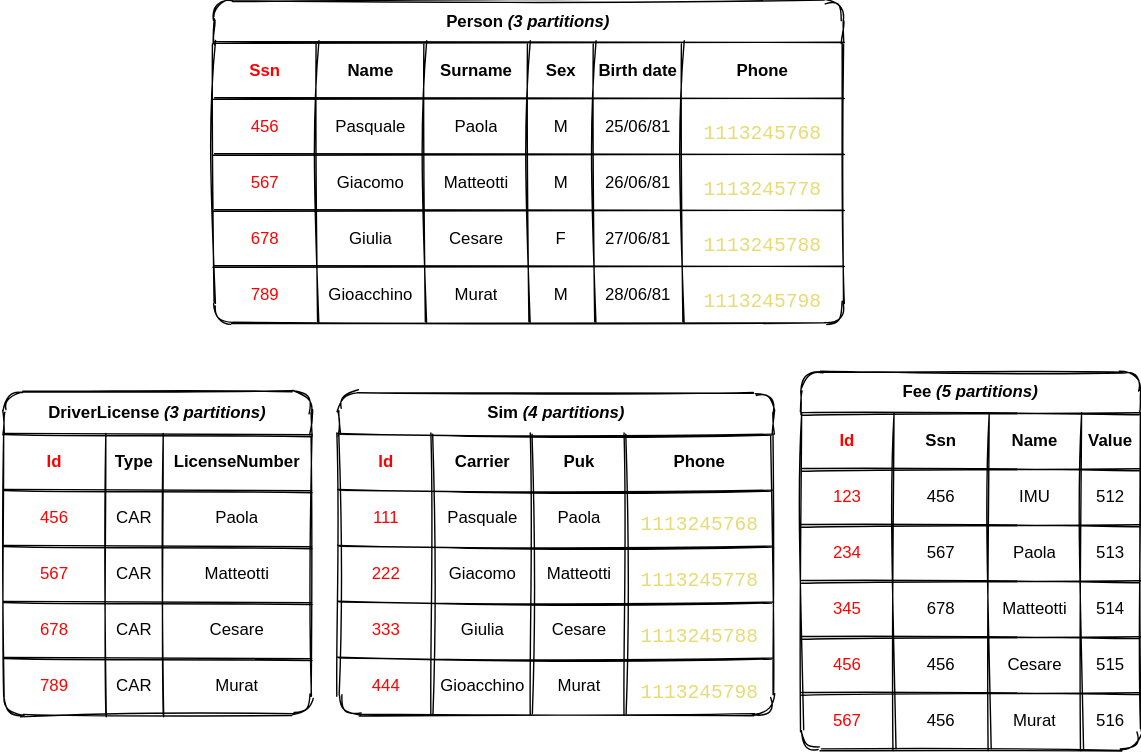
The draw.io diagram assets/images/allTogether.svg in paspao/paspaola.it, before a commit. Source tidied: cells renumbered, new cells last; positions are measured from the earlier drawing's top-left corner, leaving out a move shared by most shapes.
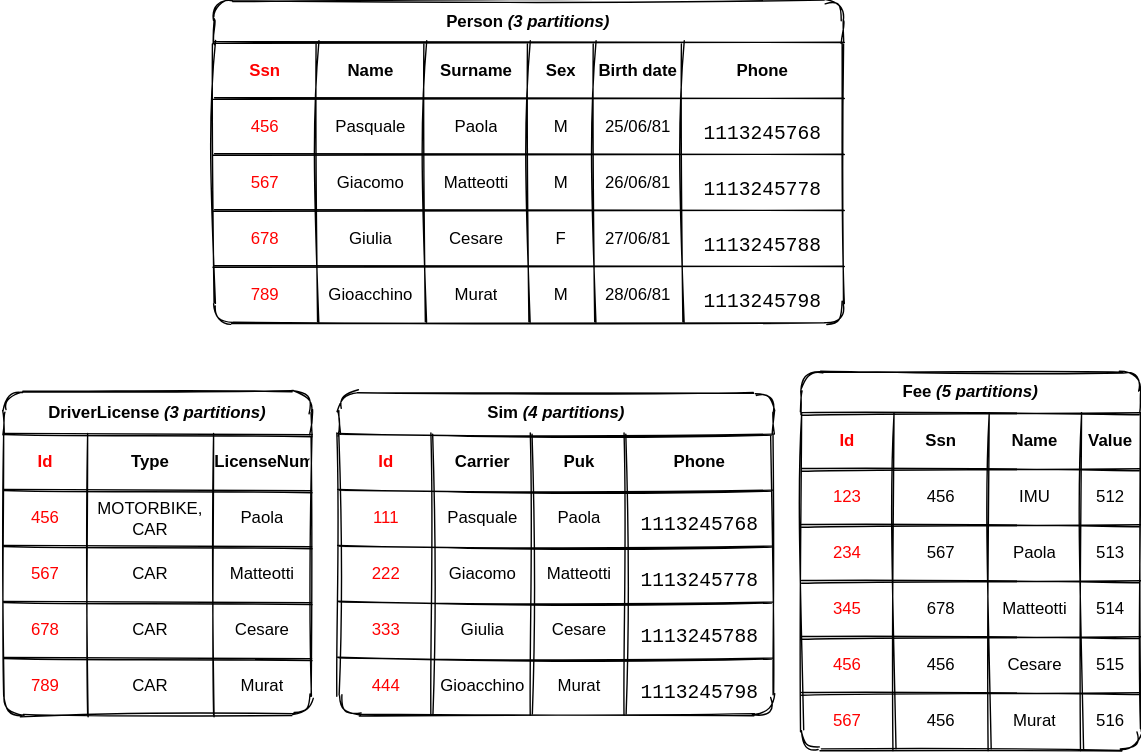
After the change.

What changed in the source:
```diff
@@ -44,7 +44,7 @@
     <mxCell id="15" value="25/06/81" style="shape=partialRectangle;html=1;whiteSpace=wrap;fillColor=none;top=0;left=0;bottom=0;right=0;overflow=hidden;strokeColor=#F0F0F0;" parent="10" vertex="1">
       <mxGeometry x="272" width="63" height="40" as="geometry" />
     </mxCell>
-    <mxCell id="16" value="&lt;pre style=&quot;color: rgb(248 , 248 , 242) ; font-family: &amp;#34;meslolgs nf&amp;#34; , monospace ; font-size: 10.5pt&quot;&gt;&lt;span style=&quot;color: rgb(230 , 219 , 116)&quot;&gt;1113245768&lt;/span&gt;&lt;/pre&gt;" style="shape=partialRectangle;html=1;whiteSpace=wrap;fillColor=none;top=0;left=0;bottom=0;right=0;overflow=hidden;" parent="10" vertex="1">
+    <mxCell id="16" value="&lt;pre style=&quot;font-family: &amp;#34;meslolgs nf&amp;#34; , monospace ; font-size: 10.5pt&quot;&gt;1113245768&lt;/pre&gt;" style="shape=partialRectangle;html=1;whiteSpace=wrap;fillColor=none;top=0;left=0;bottom=0;right=0;overflow=hidden;" parent="10" vertex="1">
       <mxGeometry x="335" width="115" height="40" as="geometry" />
     </mxCell>
     <mxCell id="17" style="shape=partialRectangle;html=1;whiteSpace=wrap;fillColor=none;top=0;left=0;bottom=0;right=0;" parent="2" vertex="1">
@@ -65,7 +65,7 @@
     <mxCell id="22" value="&lt;span style=&quot;font-family: &amp;#34;helvetica&amp;#34; ; font-size: 12px ; font-style: normal ; font-weight: 400 ; letter-spacing: normal ; text-align: center ; text-indent: 0px ; text-transform: none ; word-spacing: 0px ; display: inline ; float: none&quot;&gt;26/06/81&lt;/span&gt;" style="shape=partialRectangle;html=1;whiteSpace=wrap;fillColor=none;top=0;left=0;bottom=0;right=0;overflow=hidden;" parent="17" vertex="1">
       <mxGeometry x="272" width="63" height="40" as="geometry" />
     </mxCell>
-    <mxCell id="23" value="&lt;pre style=&quot;color: rgb(248 , 248 , 242) ; font-family: &amp;#34;meslolgs nf&amp;#34; , monospace ; font-size: 10.5pt&quot;&gt;&lt;span style=&quot;color: rgb(230 , 219 , 116)&quot;&gt;1113245778&lt;/span&gt;&lt;/pre&gt;" style="shape=partialRectangle;html=1;whiteSpace=wrap;fillColor=none;top=0;left=0;bottom=0;right=0;overflow=hidden;" parent="17" vertex="1">
+    <mxCell id="23" value="&lt;pre style=&quot;font-family: &amp;#34;meslolgs nf&amp;#34; , monospace ; font-size: 10.5pt&quot;&gt;1113245778&lt;/pre&gt;" style="shape=partialRectangle;html=1;whiteSpace=wrap;fillColor=none;top=0;left=0;bottom=0;right=0;overflow=hidden;" parent="17" vertex="1">
       <mxGeometry x="335" width="115" height="40" as="geometry" />
     </mxCell>
     <mxCell id="24" style="shape=partialRectangle;html=1;whiteSpace=wrap;fillColor=none;top=0;left=0;bottom=0;right=0;" parent="2" vertex="1">
@@ -86,7 +86,7 @@
     <mxCell id="29" value="&lt;span style=&quot;font-family: &amp;#34;helvetica&amp;#34; ; font-size: 12px ; font-style: normal ; font-weight: 400 ; letter-spacing: normal ; text-align: center ; text-indent: 0px ; text-transform: none ; word-spacing: 0px ; display: inline ; float: none&quot;&gt;27/06/81&lt;/span&gt;" style="shape=partialRectangle;html=1;whiteSpace=wrap;fillColor=none;top=0;left=0;bottom=0;right=0;overflow=hidden;" parent="24" vertex="1">
       <mxGeometry x="272" width="63" height="40" as="geometry" />
     </mxCell>
-    <mxCell id="30" value="&lt;pre style=&quot;color: rgb(248 , 248 , 242) ; font-family: &amp;#34;meslolgs nf&amp;#34; , monospace ; font-size: 10.5pt&quot;&gt;&lt;span style=&quot;color: rgb(230 , 219 , 116)&quot;&gt;1113245788&lt;/span&gt;&lt;/pre&gt;" style="shape=partialRectangle;html=1;whiteSpace=wrap;fillColor=none;top=0;left=0;bottom=0;right=0;overflow=hidden;" parent="24" vertex="1">
+    <mxCell id="30" value="&lt;pre style=&quot;font-family: &amp;#34;meslolgs nf&amp;#34; , monospace ; font-size: 10.5pt&quot;&gt;1113245788&lt;/pre&gt;" style="shape=partialRectangle;html=1;whiteSpace=wrap;fillColor=none;top=0;left=0;bottom=0;right=0;overflow=hidden;" parent="24" vertex="1">
       <mxGeometry x="335" width="115" height="40" as="geometry" />
     </mxCell>
     <mxCell id="31" style="shape=partialRectangle;html=1;whiteSpace=wrap;fillColor=none;top=0;left=0;bottom=0;right=0;" parent="2" vertex="1">
@@ -107,7 +107,7 @@
     <mxCell id="36" value="&lt;span style=&quot;font-family: &amp;#34;helvetica&amp;#34; ; font-size: 12px ; font-style: normal ; font-weight: 400 ; letter-spacing: normal ; text-align: center ; text-indent: 0px ; text-transform: none ; word-spacing: 0px ; display: inline ; float: none&quot;&gt;28/06/81&lt;/span&gt;" style="shape=partialRectangle;html=1;whiteSpace=wrap;fillColor=none;top=0;left=0;bottom=0;right=0;overflow=hidden;" parent="31" vertex="1">
       <mxGeometry x="272" width="63" height="40" as="geometry" />
     </mxCell>
-    <mxCell id="37" value="&lt;pre style=&quot;color: rgb(248 , 248 , 242) ; font-family: &amp;#34;meslolgs nf&amp;#34; , monospace ; font-size: 10.5pt&quot;&gt;&lt;span style=&quot;color: rgb(230 , 219 , 116)&quot;&gt;1113245798&lt;/span&gt;&lt;/pre&gt;" style="shape=partialRectangle;html=1;whiteSpace=wrap;fillColor=none;top=0;left=0;bottom=0;right=0;overflow=hidden;" parent="31" vertex="1">
+    <mxCell id="37" value="&lt;pre style=&quot;font-family: &amp;#34;meslolgs nf&amp;#34; , monospace ; font-size: 10.5pt&quot;&gt;1113245798&lt;/pre&gt;" style="shape=partialRectangle;html=1;whiteSpace=wrap;fillColor=none;top=0;left=0;bottom=0;right=0;overflow=hidden;" parent="31" vertex="1">
       <mxGeometry x="335" width="115" height="40" as="geometry" />
     </mxCell>
     <mxCell id="38" value="DriverLicense&amp;nbsp;&lt;i&gt;(3 partitions)&lt;/i&gt;" style="shape=table;html=1;whiteSpace=wrap;startSize=30;fontStyle=1;align=center;sketch=1;rounded=1;" parent="1" vertex="1">
@@ -117,61 +117,61 @@
       <mxGeometry y="30" width="220" height="40" as="geometry" />
     </mxCell>
     <mxCell id="40" value="Id" style="shape=partialRectangle;html=1;whiteSpace=wrap;top=0;left=0;bottom=0;right=0;overflow=hidden;fontStyle=1;strokeColor=#FF0000;fillColor=none;strokeWidth=5;fontColor=#FF0000;" parent="39" vertex="1">
-      <mxGeometry width="73" height="40" as="geometry" />
+      <mxGeometry width="60" height="40" as="geometry" />
     </mxCell>
     <mxCell id="41" value="Type" style="shape=partialRectangle;html=1;whiteSpace=wrap;fillColor=none;top=0;left=0;bottom=0;right=0;overflow=hidden;fontStyle=1;" parent="39" vertex="1">
-      <mxGeometry x="73" width="41" height="40" as="geometry" />
+      <mxGeometry x="60" width="90" height="40" as="geometry" />
     </mxCell>
     <mxCell id="42" value="LicenseNumber" style="shape=partialRectangle;html=1;whiteSpace=wrap;fillColor=none;top=0;left=0;bottom=0;right=0;overflow=hidden;fontStyle=1;" parent="39" vertex="1">
-      <mxGeometry x="114" width="106" height="40" as="geometry" />
+      <mxGeometry x="150" width="70" height="40" as="geometry" />
     </mxCell>
     <mxCell id="43" style="shape=partialRectangle;html=1;whiteSpace=wrap;fillColor=none;top=0;left=0;bottom=0;right=0;" parent="38" vertex="1">
       <mxGeometry y="70" width="220" height="40" as="geometry" />
     </mxCell>
     <mxCell id="44" value="456" style="shape=partialRectangle;html=1;whiteSpace=wrap;top=0;left=0;bottom=0;right=0;overflow=hidden;strokeColor=#FF0000;fillColor=none;strokeWidth=5;fontColor=#FF0000;" parent="43" vertex="1">
-      <mxGeometry width="73" height="40" as="geometry" />
+      <mxGeometry width="60" height="40" as="geometry" />
     </mxCell>
-    <mxCell id="45" value="CAR" style="shape=partialRectangle;html=1;whiteSpace=wrap;fillColor=none;top=0;left=0;bottom=0;right=0;overflow=hidden;" parent="43" vertex="1">
-      <mxGeometry x="73" width="41" height="40" as="geometry" />
+    <mxCell id="45" value="MOTORBIKE,&lt;br&gt;CAR" style="shape=partialRectangle;html=1;whiteSpace=wrap;fillColor=none;top=0;left=0;bottom=0;right=0;overflow=hidden;" parent="43" vertex="1">
+      <mxGeometry x="60" width="90" height="40" as="geometry" />
     </mxCell>
     <mxCell id="46" value="Paola" style="shape=partialRectangle;html=1;whiteSpace=wrap;fillColor=none;top=0;left=0;bottom=0;right=0;overflow=hidden;" parent="43" vertex="1">
-      <mxGeometry x="114" width="106" height="40" as="geometry" />
+      <mxGeometry x="150" width="70" height="40" as="geometry" />
     </mxCell>
     <mxCell id="47" style="shape=partialRectangle;html=1;whiteSpace=wrap;fillColor=none;top=0;left=0;bottom=0;right=0;" parent="38" vertex="1">
       <mxGeometry y="110" width="220" height="40" as="geometry" />
     </mxCell>
     <mxCell id="48" value="567" style="shape=partialRectangle;html=1;whiteSpace=wrap;top=0;left=0;bottom=0;right=0;overflow=hidden;strokeColor=#FF0000;fillColor=none;strokeWidth=5;fontColor=#FF0000;" parent="47" vertex="1">
-      <mxGeometry width="73" height="40" as="geometry" />
+      <mxGeometry width="60" height="40" as="geometry" />
     </mxCell>
     <mxCell id="49" value="CAR" style="shape=partialRectangle;html=1;whiteSpace=wrap;fillColor=none;top=0;left=0;bottom=0;right=0;overflow=hidden;" parent="47" vertex="1">
-      <mxGeometry x="73" width="41" height="40" as="geometry" />
+      <mxGeometry x="60" width="90" height="40" as="geometry" />
     </mxCell>
     <mxCell id="50" value="Matteotti" style="shape=partialRectangle;html=1;whiteSpace=wrap;fillColor=none;top=0;left=0;bottom=0;right=0;overflow=hidden;" parent="47" vertex="1">
-      <mxGeometry x="114" width="106" height="40" as="geometry" />
+      <mxGeometry x="150" width="70" height="40" as="geometry" />
     </mxCell>
     <mxCell id="51" style="shape=partialRectangle;html=1;whiteSpace=wrap;fillColor=none;top=0;left=0;bottom=0;right=0;" parent="38" vertex="1">
       <mxGeometry y="150" width="220" height="40" as="geometry" />
     </mxCell>
     <mxCell id="52" value="678" style="shape=partialRectangle;html=1;whiteSpace=wrap;top=0;left=0;bottom=0;right=0;overflow=hidden;strokeColor=#FF0000;fillColor=none;strokeWidth=5;fontColor=#FF0000;" parent="51" vertex="1">
-      <mxGeometry width="73" height="40" as="geometry" />
+      <mxGeometry width="60" height="40" as="geometry" />
     </mxCell>
     <mxCell id="53" value="CAR" style="shape=partialRectangle;html=1;whiteSpace=wrap;fillColor=none;top=0;left=0;bottom=0;right=0;overflow=hidden;" parent="51" vertex="1">
-      <mxGeometry x="73" width="41" height="40" as="geometry" />
+      <mxGeometry x="60" width="90" height="40" as="geometry" />
     </mxCell>
     <mxCell id="54" value="Cesare" style="shape=partialRectangle;html=1;whiteSpace=wrap;fillColor=none;top=0;left=0;bottom=0;right=0;overflow=hidden;" parent="51" vertex="1">
-      <mxGeometry x="114" width="106" height="40" as="geometry" />
+      <mxGeometry x="150" width="70" height="40" as="geometry" />
     </mxCell>
     <mxCell id="55" style="shape=partialRectangle;html=1;whiteSpace=wrap;fillColor=none;top=0;left=0;bottom=0;right=0;" parent="38" vertex="1">
       <mxGeometry y="190" width="220" height="40" as="geometry" />
     </mxCell>
     <mxCell id="56" value="789" style="shape=partialRectangle;html=1;whiteSpace=wrap;top=0;left=0;bottom=0;right=0;overflow=hidden;strokeColor=#FF0000;fillColor=none;strokeWidth=5;fontColor=#FF0000;" parent="55" vertex="1">
-      <mxGeometry width="73" height="40" as="geometry" />
+      <mxGeometry width="60" height="40" as="geometry" />
     </mxCell>
     <mxCell id="57" value="CAR" style="shape=partialRectangle;html=1;whiteSpace=wrap;fillColor=none;top=0;left=0;bottom=0;right=0;overflow=hidden;" parent="55" vertex="1">
-      <mxGeometry x="73" width="41" height="40" as="geometry" />
+      <mxGeometry x="60" width="90" height="40" as="geometry" />
     </mxCell>
     <mxCell id="58" value="Murat" style="shape=partialRectangle;html=1;whiteSpace=wrap;fillColor=none;top=0;left=0;bottom=0;right=0;overflow=hidden;" parent="55" vertex="1">
-      <mxGeometry x="114" width="106" height="40" as="geometry" />
+      <mxGeometry x="150" width="70" height="40" as="geometry" />
     </mxCell>
     <mxCell id="59" value="Fee&amp;nbsp;&lt;i&gt;(5 partitions)&lt;/i&gt;" style="shape=table;html=1;whiteSpace=wrap;startSize=30;fontStyle=1;align=center;sketch=1;rounded=1;" parent="1" vertex="1">
       <mxGeometry x="570" y="265" width="242" height="270" as="geometry" />
@@ -296,7 +296,7 @@
     <mxCell id="99" value="Paola" style="shape=partialRectangle;html=1;whiteSpace=wrap;fillColor=none;top=0;left=0;bottom=0;right=0;overflow=hidden;" parent="96" vertex="1">
       <mxGeometry x="138" width="67" height="40" as="geometry" />
     </mxCell>
-    <mxCell id="100" value="&lt;pre style=&quot;color: rgb(248 , 248 , 242) ; font-family: &amp;#34;meslolgs nf&amp;#34; , monospace ; font-size: 10.5pt&quot;&gt;&lt;span style=&quot;color: rgb(230 , 219 , 116)&quot;&gt;1113245768&lt;/span&gt;&lt;/pre&gt;" style="shape=partialRectangle;html=1;whiteSpace=wrap;fillColor=none;top=0;left=0;bottom=0;right=0;overflow=hidden;" parent="96" vertex="1">
+    <mxCell id="100" value="&lt;pre style=&quot;font-family: &amp;#34;meslolgs nf&amp;#34; , monospace ; font-size: 10.5pt&quot;&gt;1113245768&lt;/pre&gt;" style="shape=partialRectangle;html=1;whiteSpace=wrap;fillColor=none;top=0;left=0;bottom=0;right=0;overflow=hidden;" parent="96" vertex="1">
       <mxGeometry x="205" width="105" height="40" as="geometry" />
     </mxCell>
     <mxCell id="101" style="shape=partialRectangle;html=1;whiteSpace=wrap;fillColor=none;top=0;left=0;bottom=0;right=0;" parent="90" vertex="1">
@@ -311,7 +311,7 @@
     <mxCell id="104" value="Matteotti" style="shape=partialRectangle;html=1;whiteSpace=wrap;fillColor=none;top=0;left=0;bottom=0;right=0;overflow=hidden;" parent="101" vertex="1">
       <mxGeometry x="138" width="67" height="40" as="geometry" />
     </mxCell>
-    <mxCell id="105" value="&lt;pre style=&quot;color: rgb(248 , 248 , 242) ; font-family: &amp;#34;meslolgs nf&amp;#34; , monospace ; font-size: 10.5pt&quot;&gt;&lt;span style=&quot;color: rgb(230 , 219 , 116)&quot;&gt;1113245778&lt;/span&gt;&lt;/pre&gt;" style="shape=partialRectangle;html=1;whiteSpace=wrap;fillColor=none;top=0;left=0;bottom=0;right=0;overflow=hidden;" parent="101" vertex="1">
+    <mxCell id="105" value="&lt;pre style=&quot;font-family: &amp;#34;meslolgs nf&amp;#34; , monospace ; font-size: 10.5pt&quot;&gt;1113245778&lt;/pre&gt;" style="shape=partialRectangle;html=1;whiteSpace=wrap;fillColor=none;top=0;left=0;bottom=0;right=0;overflow=hidden;" parent="101" vertex="1">
       <mxGeometry x="205" width="105" height="40" as="geometry" />
     </mxCell>
     <mxCell id="106" style="shape=partialRectangle;html=1;whiteSpace=wrap;fillColor=none;top=0;left=0;bottom=0;right=0;" parent="90" vertex="1">
@@ -326,7 +326,7 @@
     <mxCell id="109" value="Cesare" style="shape=partialRectangle;html=1;whiteSpace=wrap;fillColor=none;top=0;left=0;bottom=0;right=0;overflow=hidden;" parent="106" vertex="1">
       <mxGeometry x="138" width="67" height="40" as="geometry" />
     </mxCell>
-    <mxCell id="110" value="&lt;pre style=&quot;color: rgb(248 , 248 , 242) ; font-family: &amp;#34;meslolgs nf&amp;#34; , monospace ; font-size: 10.5pt&quot;&gt;&lt;span style=&quot;color: rgb(230 , 219 , 116)&quot;&gt;1113245788&lt;/span&gt;&lt;/pre&gt;" style="shape=partialRectangle;html=1;whiteSpace=wrap;fillColor=none;top=0;left=0;bottom=0;right=0;overflow=hidden;" parent="106" vertex="1">
+    <mxCell id="110" value="&lt;pre style=&quot;font-family: &amp;#34;meslolgs nf&amp;#34; , monospace ; font-size: 10.5pt&quot;&gt;1113245788&lt;/pre&gt;" style="shape=partialRectangle;html=1;whiteSpace=wrap;fillColor=none;top=0;left=0;bottom=0;right=0;overflow=hidden;" parent="106" vertex="1">
       <mxGeometry x="205" width="105" height="40" as="geometry" />
     </mxCell>
     <mxCell id="111" style="shape=partialRectangle;html=1;whiteSpace=wrap;fillColor=none;top=0;left=0;bottom=0;right=0;" parent="90" vertex="1">
@@ -341,7 +341,7 @@
     <mxCell id="114" value="Murat" style="shape=partialRectangle;html=1;whiteSpace=wrap;fillColor=none;top=0;left=0;bottom=0;right=0;overflow=hidden;" parent="111" vertex="1">
       <mxGeometry x="138" width="67" height="40" as="geometry" />
     </mxCell>
-    <mxCell id="115" value="&lt;pre style=&quot;color: rgb(248 , 248 , 242) ; font-family: &amp;#34;meslolgs nf&amp;#34; , monospace ; font-size: 10.5pt&quot;&gt;&lt;span style=&quot;color: rgb(230 , 219 , 116)&quot;&gt;1113245798&lt;/span&gt;&lt;/pre&gt;" style="shape=partialRectangle;html=1;whiteSpace=wrap;fillColor=none;top=0;left=0;bottom=0;right=0;overflow=hidden;" parent="111" vertex="1">
+    <mxCell id="115" value="&lt;pre style=&quot;font-family: &amp;#34;meslolgs nf&amp;#34; , monospace ; font-size: 10.5pt&quot;&gt;1113245798&lt;/pre&gt;" style="shape=partialRectangle;html=1;whiteSpace=wrap;fillColor=none;top=0;left=0;bottom=0;right=0;overflow=hidden;" parent="111" vertex="1">
       <mxGeometry x="205" width="105" height="40" as="geometry" />
     </mxCell>
   </root>
```
